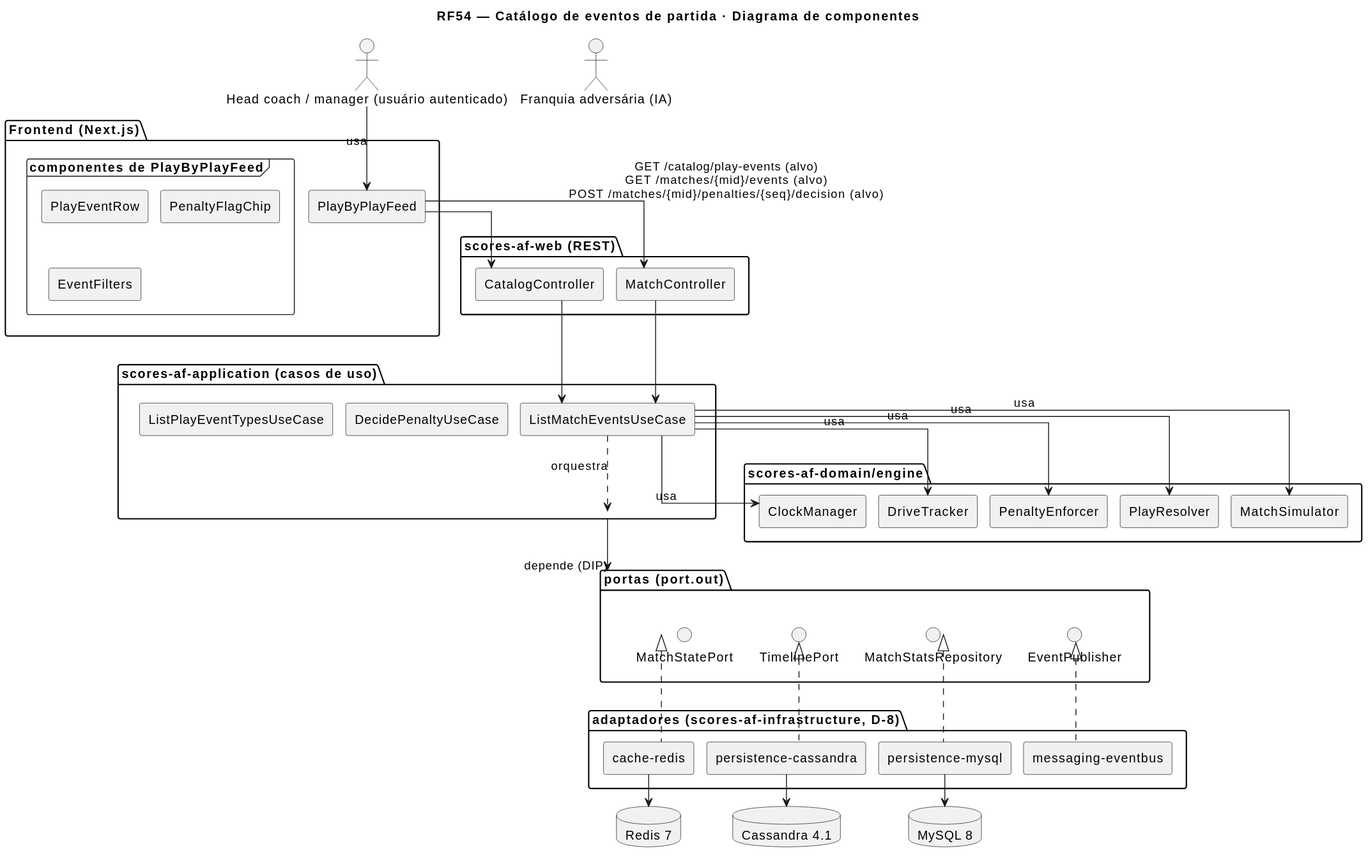
Above: docs/RF54/RF54-cmp.svg in MatheusHaliski/Scores-American-Football (PlantUML), before the change. Its diagram source:
```plantuml
@startuml
title RF54 — Catálogo de eventos de partida · Diagrama de componentes
skinparam componentStyle rectangle
skinparam linetype ortho
skinparam nodesep 14
skinparam ranksep 36
actor "Head coach / manager (usuário autenticado)" as c1
actor "Franquia adversária (IA)" as c2
package "Frontend (Next.js)" as pkg_fe {
  component "PlayByPlayFeed" as c3
  frame "componentes de PlayByPlayFeed" as pkg_fe_sub {
    component "PlayEventRow" as c4
    component "PenaltyFlagChip" as c5
    component "EventFilters" as c6
  }
}
package "scores-af-web (REST)" as pkg_web {
  component "MatchController" as c7
  component "CatalogController" as c8
}
package "scores-af-application (casos de uso)" as pkg_app {
  component "ListMatchEventsUseCase" as c9
  component "DecidePenaltyUseCase" as c10
  component "ListPlayEventTypesUseCase" as c11
}
package "scores-af-domain/engine" as pkg_eng {
  component "MatchSimulator" as c12
  component "PlayResolver" as c13
  component "PenaltyEnforcer" as c14
  component "DriveTracker" as c15
  component "ClockManager" as c16
}
package "portas (port.out)" as pkg_ports {
  interface "MatchStatePort" as c17
  interface "TimelinePort" as c18
  interface "MatchStatsRepository" as c19
  interface "EventPublisher" as c20
}
package "adaptadores (scores-af-infrastructure, D-8)" as pkg_ad {
  component "cache-redis" as c21
  component "persistence-cassandra" as c22
  component "persistence-mysql" as c23
  component "messaging-eventbus" as c24
}
database "Redis 7" as s1
database "Cassandra 4.1" as s2
database "MySQL 8" as s3
c1 --> c3 : usa
c3 --> c7 : GET /catalog/play-events (alvo)\nGET /matches/{mid}/events (alvo)\nPOST /matches/{mid}/penalties/{seq}/decision (alvo)
c3 --> c8
c7 --> c9
c8 --> c9
c9 ..> pkg_app : orquestra
c9 --> c12 : usa
c9 --> c13 : usa
c9 --> c14 : usa
c9 --> c15 : usa
c9 --> c16 : usa
pkg_app --> pkg_ports : depende (DIP)
c21 .up.|> c17
c22 .up.|> c18
c23 .up.|> c19
c24 .up.|> c20
c21 --> s1
c22 --> s2
c23 --> s3
@enduml
```
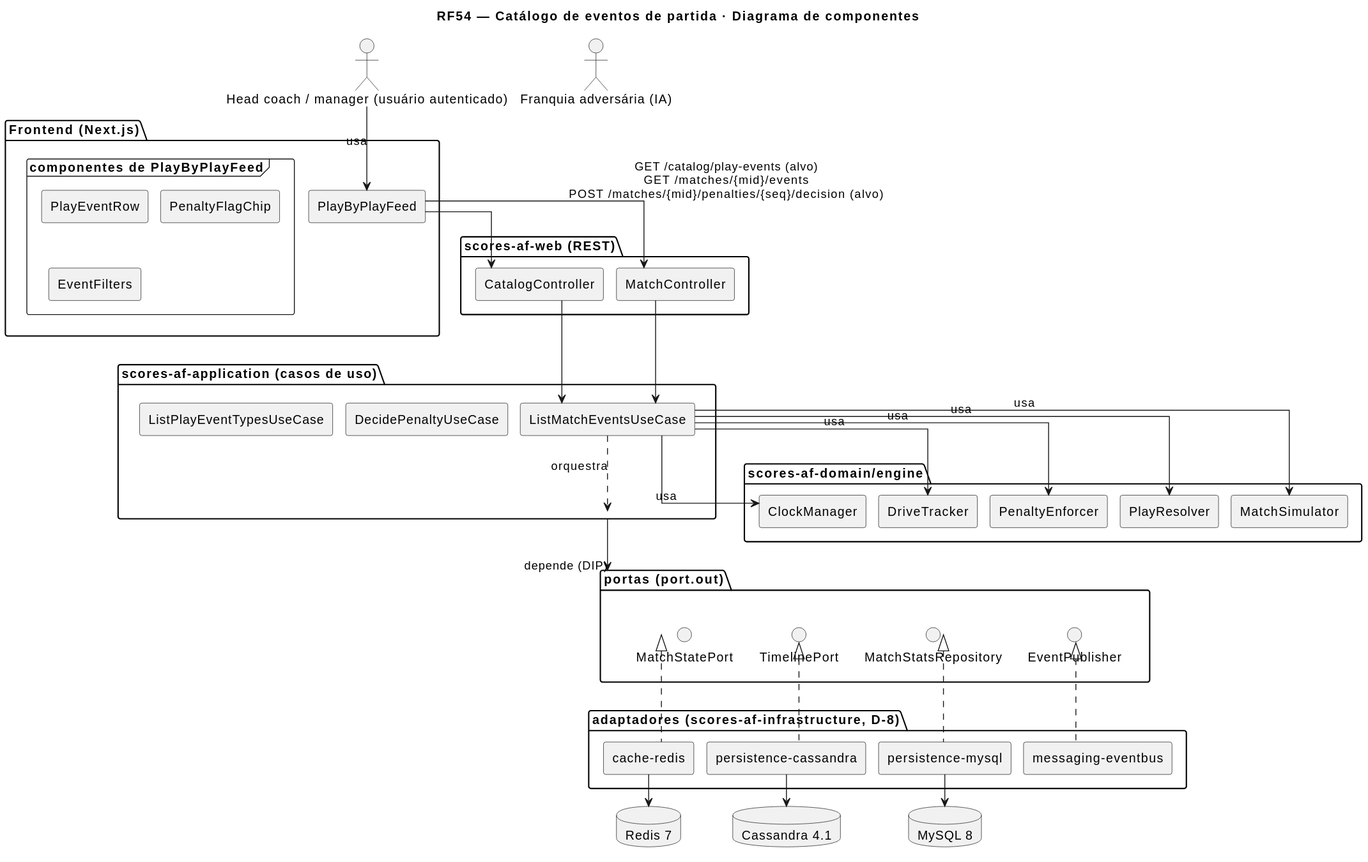
After the change.

The edit, as a diff of the source:
```diff
@@ -46,7 +46,7 @@
 database "Cassandra 4.1" as s2
 database "MySQL 8" as s3
 c1 --> c3 : usa
-c3 --> c7 : GET /catalog/play-events (alvo)\nGET /matches/{mid}/events (alvo)\nPOST /matches/{mid}/penalties/{seq}/decision (alvo)
+c3 --> c7 : GET /catalog/play-events (alvo)\nGET /matches/{mid}/events\nPOST /matches/{mid}/penalties/{seq}/decision (alvo)
 c3 --> c8
 c7 --> c9
 c8 --> c9
```
